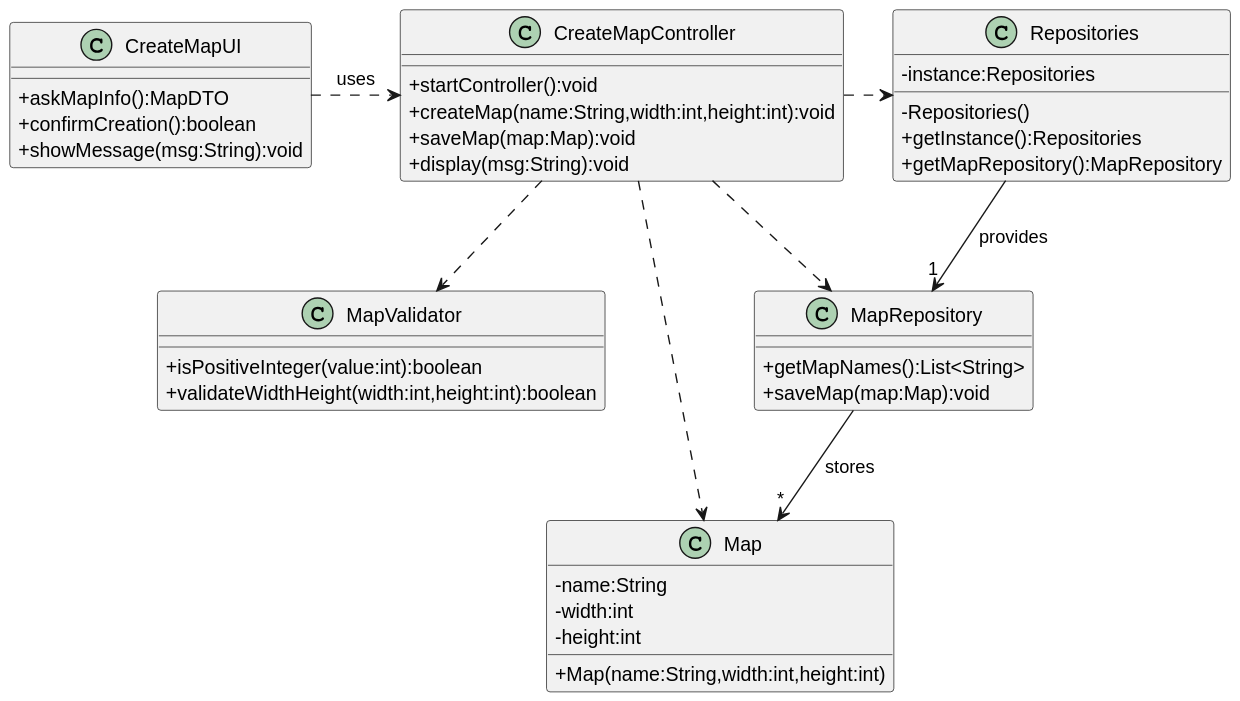
Above: docs/system-documentation/US001/03.design/svg/US001-CD.svg in 1240826/empire-on-tracks (PlantUML), before the change.
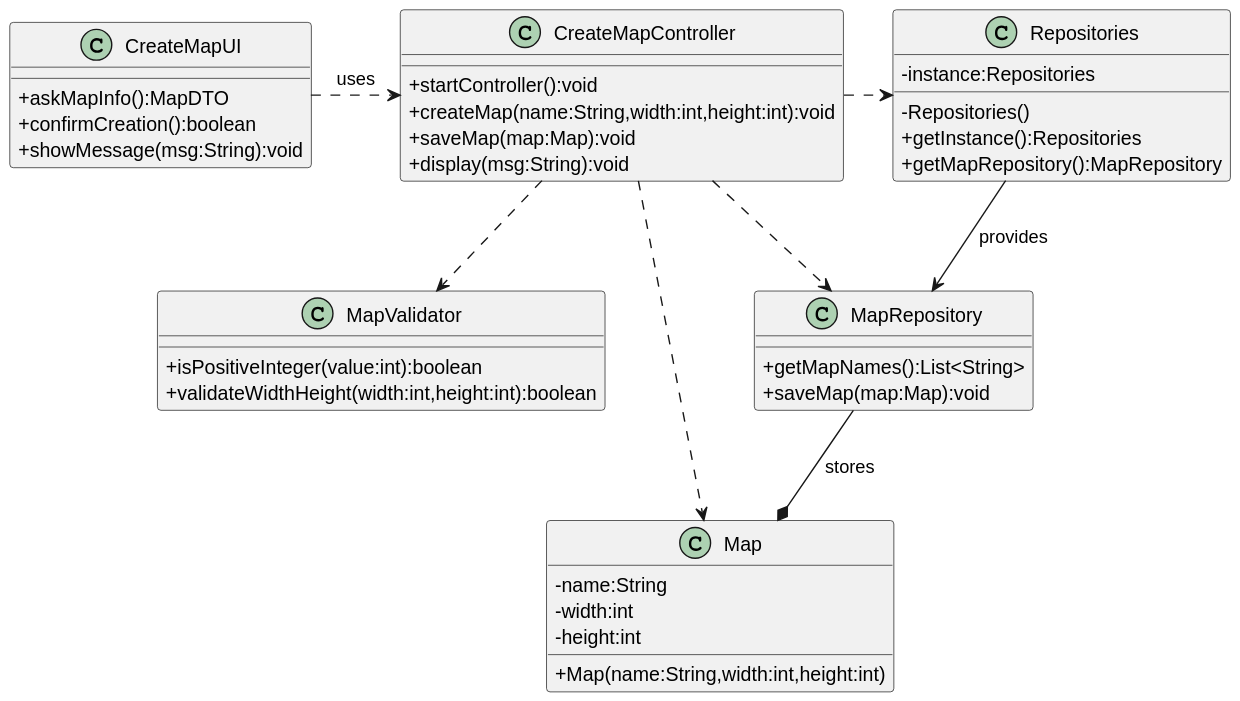
After the change.

The edit, as a diff of the source:
```diff
@@ -47,6 +47,6 @@
 CreateMapController .> Repositories
 CreateMapController ..> Map
 
-Repositories --> "1" MapRepository    : provides
-MapRepository --> "*" Map             : stores
+Repositories -->  MapRepository    : provides
+MapRepository --* Map             : stores
 @enduml
```
